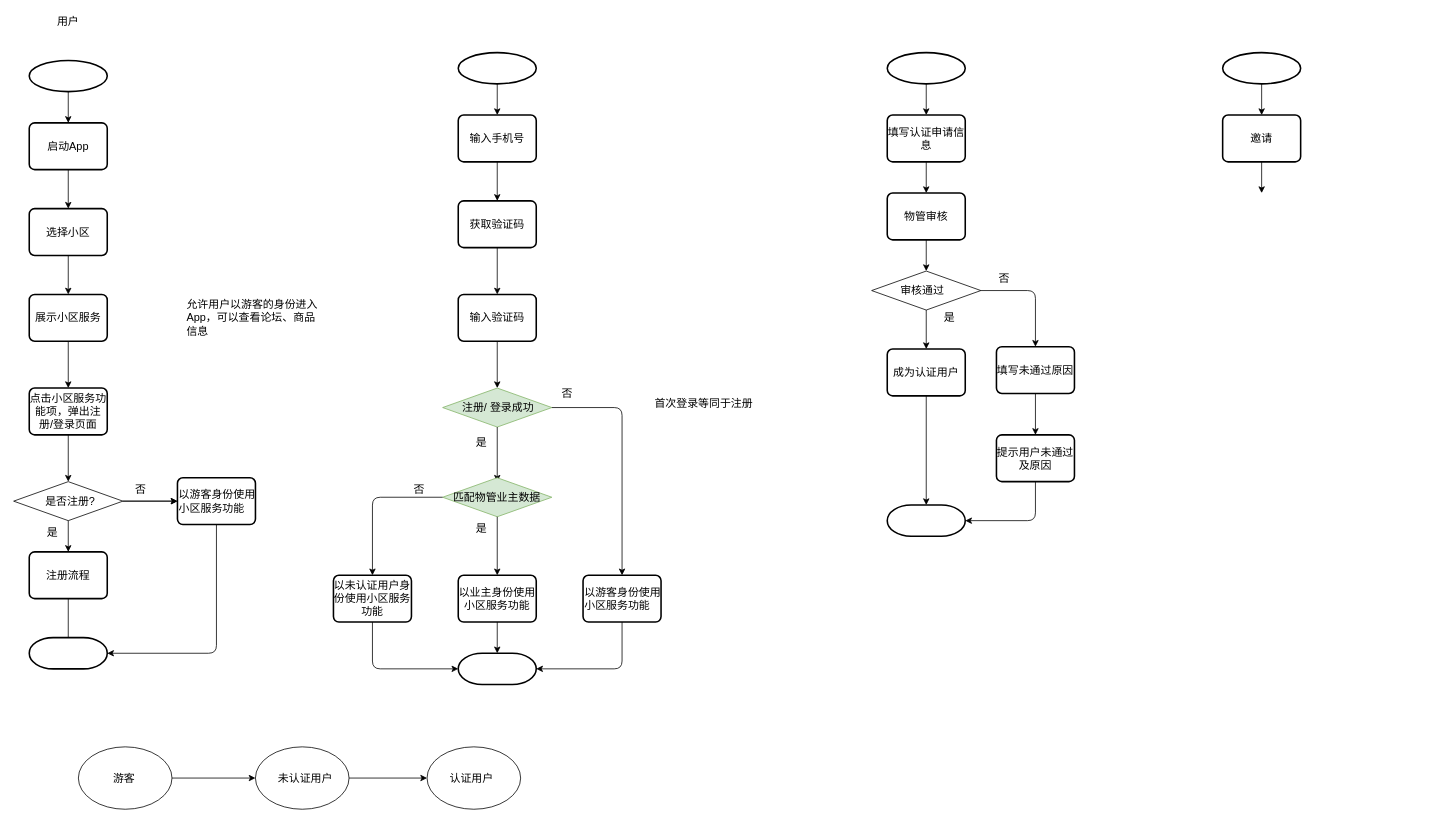
Before: page "Page-4" (4 of 5) of Untitled Diagram.drawio in jeffmacn/myjava, a draw.io diagram. Source tidied: cells renumbered, new cells numbered last; positions are measured from the earlier drawing's top-left corner, leaving out a move shared by most shapes. Both pictures are drawn from the tidied source at 78%, with x=0, y=0 at pixel (13, 13).
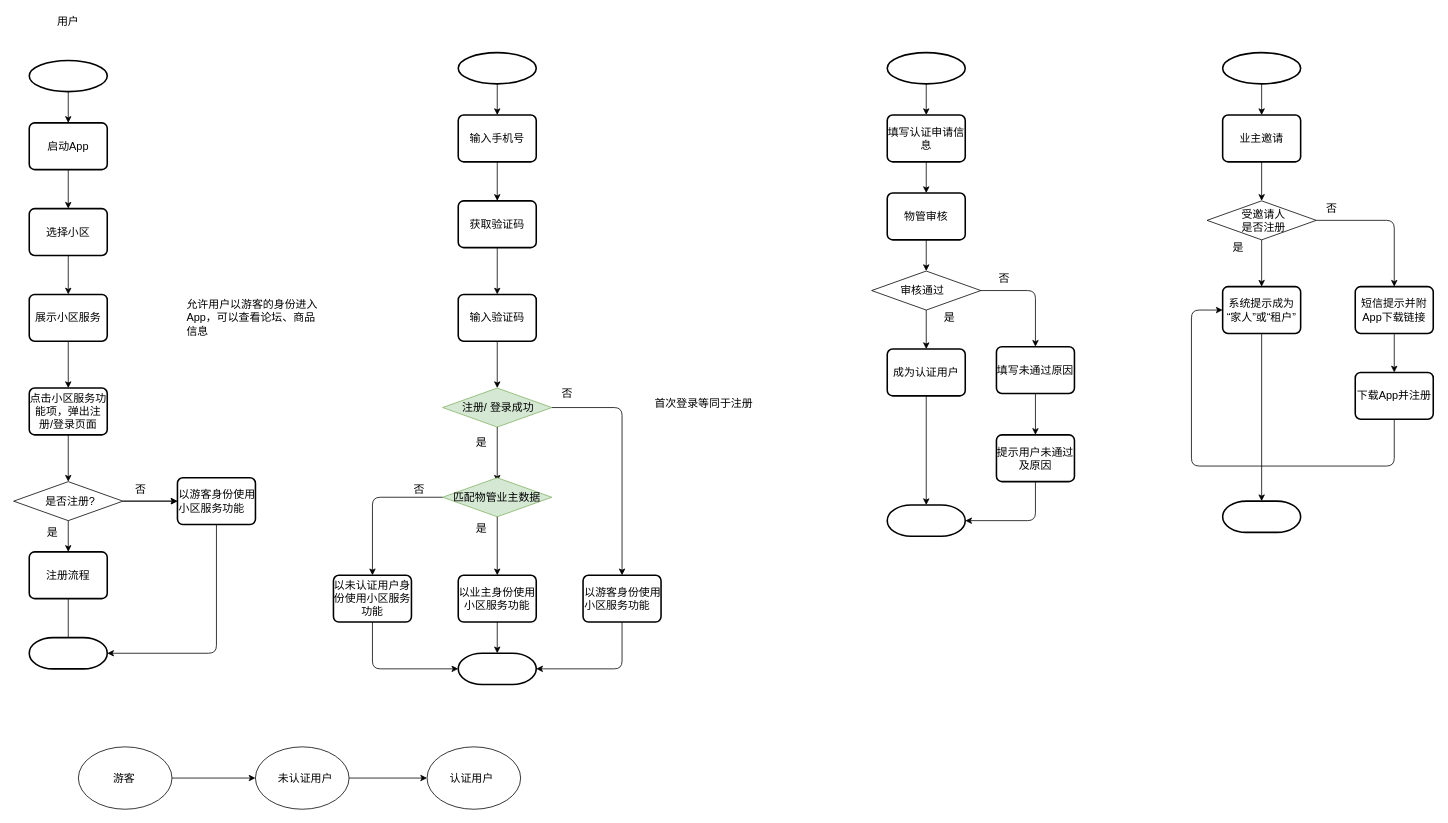
The same diagram, later.

The edit, as a diff of the source:
```diff
@@
-    <mxCell id="76" value="邀请" style="rounded=1;whiteSpace=wrap;html=1;absoluteArcSize=1;arcSize=14;strokeWidth=2;fontSize=14;" parent="1" vertex="1">
+    <mxCell id="76" value="业主邀请" style="rounded=1;whiteSpace=wrap;html=1;absoluteArcSize=1;arcSize=14;strokeWidth=2;fontSize=14;" parent="1" vertex="1">
       <mxGeometry x="1550" y="130" width="100" height="60" as="geometry" />
     </mxCell>
-    <mxCell id="77" style="endArrow=classic;html=1;fontSize=14;exitX=0.5;exitY=1;exitDx=0;exitDy=0;" parent="1" edge="1" source="76">
-      <mxGeometry relative="1" as="geometry">
-        <mxPoint x="1600" y="230" as="targetPoint" />
-      </mxGeometry>
+    <mxCell id="77" style="endArrow=classic;html=1;fontSize=14;exitX=0.5;exitY=1;exitDx=0;exitDy=0;entryX=0.5;entryY=0;entryDx=0;entryDy=0;" parent="1" edge="1" source="76" target="79">
+      <mxGeometry relative="1" as="geometry" />
     </mxCell>
+    <mxCell id="78" value="系统提示成为&lt;br&gt;“家人”或“租户”" style="rounded=1;whiteSpace=wrap;html=1;absoluteArcSize=1;arcSize=14;strokeWidth=2;fontSize=14;" parent="1" vertex="1">
+      <mxGeometry x="1550" y="350" width="100" height="60" as="geometry" />
+    </mxCell>
+    <mxCell id="79" value="&amp;nbsp; &amp;nbsp; &amp;nbsp; &amp;nbsp; &amp;nbsp; &amp;nbsp;受邀请人&lt;br&gt;&amp;nbsp; &amp;nbsp; &amp;nbsp; &amp;nbsp; &amp;nbsp; &amp;nbsp;是否注册" style="rhombus;whiteSpace=wrap;html=1;fontSize=14;align=left;" parent="1" vertex="1">
+      <mxGeometry x="1530" y="240" width="140" height="50" as="geometry" />
+    </mxCell>
+    <mxCell id="80" style="endArrow=classic;html=1;exitX=0.5;exitY=1;exitDx=0;exitDy=0;" parent="1" edge="1" source="79" target="78">
+      <mxGeometry relative="1" as="geometry" />
+    </mxCell>
+    <mxCell id="81" value="是" style="text;html=1;strokeColor=none;fillColor=none;align=center;verticalAlign=middle;whiteSpace=wrap;rounded=0;fontSize=14;" parent="1" vertex="1">
+      <mxGeometry x="1550" y="290" width="40" height="20" as="geometry" />
+    </mxCell>
+    <mxCell id="82" value="&lt;span&gt;短信&lt;/span&gt;提示并附App下载链接" style="rounded=1;whiteSpace=wrap;html=1;absoluteArcSize=1;arcSize=14;strokeWidth=2;fontSize=14;" parent="1" vertex="1">
+      <mxGeometry x="1720" y="350" width="100" height="60" as="geometry" />
+    </mxCell>
+    <mxCell id="83" style="endArrow=classic;html=1;exitX=1;exitY=0.5;exitDx=0;exitDy=0;entryX=0.5;entryY=0;entryDx=0;entryDy=0;" parent="1" edge="1" source="79" target="82">
+      <mxGeometry relative="1" as="geometry">
+        <Array as="points">
+          <mxPoint x="1770" y="265" />
+        </Array>
+      </mxGeometry>
+    </mxCell>
+    <mxCell id="84" value="否" style="text;html=1;strokeColor=none;fillColor=none;align=center;verticalAlign=middle;whiteSpace=wrap;rounded=0;fontSize=14;" parent="1" vertex="1">
+      <mxGeometry x="1670" y="240" width="40" height="20" as="geometry" />
+    </mxCell>
+    <mxCell id="85" style="edgeStyle=orthogonalEdgeStyle;rounded=0;orthogonalLoop=1;jettySize=auto;html=1;exitX=0.5;exitY=1;exitDx=0;exitDy=0;" parent="1" edge="1" source="81" target="81">
+      <mxGeometry relative="1" as="geometry" />
+    </mxCell>
+    <mxCell id="86" value="下载App并注册" style="rounded=1;whiteSpace=wrap;html=1;absoluteArcSize=1;arcSize=14;strokeWidth=2;fontSize=14;" parent="1" vertex="1">
+      <mxGeometry x="1720" y="460" width="100" height="60" as="geometry" />
+    </mxCell>
+    <mxCell id="87" style="endArrow=classic;html=1;entryX=0.5;entryY=0;entryDx=0;entryDy=0;exitX=0.5;exitY=1;exitDx=0;exitDy=0;" parent="1" edge="1" source="82" target="86">
+      <mxGeometry relative="1" as="geometry" />
+    </mxCell>
+    <mxCell id="88" style="endArrow=classic;html=1;exitX=0.5;exitY=1;exitDx=0;exitDy=0;entryX=0;entryY=0.5;entryDx=0;entryDy=0;" parent="1" edge="1" source="86" target="78">
+      <mxGeometry relative="1" as="geometry">
+        <Array as="points">
+          <mxPoint x="1770" y="580" />
+          <mxPoint x="1510" y="580" />
+          <mxPoint x="1510" y="380" />
+        </Array>
+      </mxGeometry>
+    </mxCell>
+    <mxCell id="89" style="endArrow=classic;html=1;exitX=0.5;exitY=1;exitDx=0;exitDy=0;entryX=0.5;entryY=0;entryDx=0;entryDy=0;entryPerimeter=0;" parent="1" edge="1" source="78" target="90">
+      <mxGeometry relative="1" as="geometry" />
+    </mxCell>
+    <mxCell id="90" style="strokeWidth=2;html=1;shape=mxgraph.flowchart.terminator;whiteSpace=wrap;fontSize=14;align=left;" parent="1" vertex="1">
+      <mxGeometry x="1550" y="625" width="100" height="40" as="geometry" />
+    </mxCell>
```
